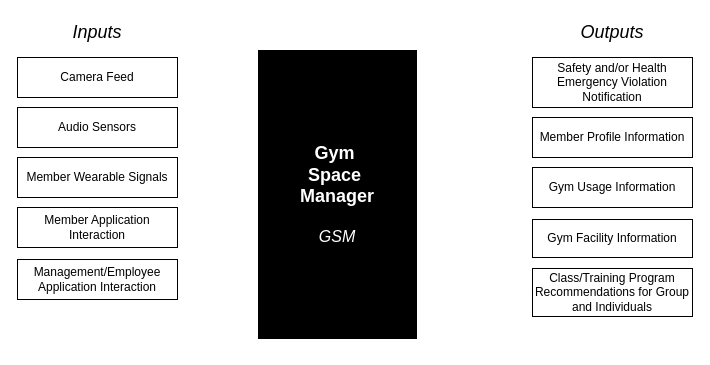
This is documentation/rdd/black-box.drawio from rlutz1/CS460-Project-2, a draw.io file, before an edit. Source tidied: cells renumbered, new cells numbered last; positions are measured from the earlier drawing's top-left corner, leaving out a move shared by most shapes. Both pictures are drawn from the tidied source at 100%, with x=0, y=0 at pixel (17, 17).
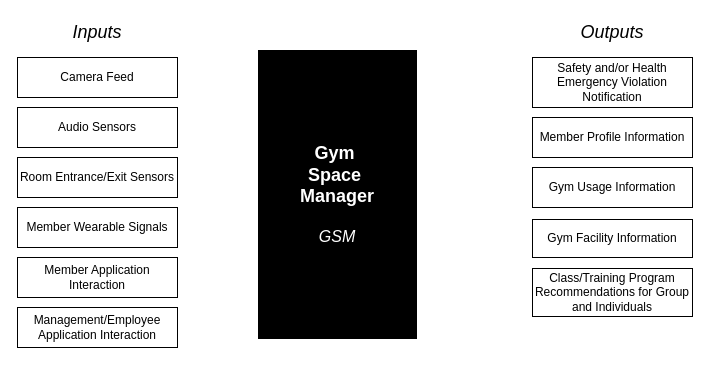
Above is the later version.

Diff of the diagram source:
```diff
@@
 <mxGraphModel>
   <root>
     <mxCell id="0" />
     <mxCell id="1" parent="0" />
     <mxCell id="2" value="&lt;div&gt;&lt;font style=&quot;font-size: 18px; color: rgb(255, 255, 255);&quot;&gt;&lt;b&gt;Gym&amp;nbsp;&lt;/b&gt;&lt;/font&gt;&lt;/div&gt;&lt;div&gt;&lt;font style=&quot;font-size: 18px; color: rgb(255, 255, 255);&quot;&gt;&lt;b&gt;Space&amp;nbsp;&lt;/b&gt;&lt;/font&gt;&lt;/div&gt;&lt;div&gt;&lt;font style=&quot;font-size: 18px; color: rgb(255, 255, 255);&quot;&gt;&lt;b&gt;Manager&lt;/b&gt;&lt;/font&gt;&lt;/div&gt;&lt;div&gt;&lt;font size=&quot;3&quot; style=&quot;color: rgba(0, 0, 0, 0);&quot;&gt;&lt;br&gt;&lt;/font&gt;&lt;/div&gt;&lt;div&gt;&lt;font size=&quot;3&quot; style=&quot;color: rgb(255, 255, 255);&quot;&gt;&lt;i&gt;GSM&lt;/i&gt;&lt;/font&gt;&lt;/div&gt;" style="rounded=0;whiteSpace=wrap;html=1;strokeColor=#FFFFFF;fillColor=#000000;" parent="1" vertex="1">
       <mxGeometry x="240" y="32" width="160" height="290" as="geometry" />
     </mxCell>
     <mxCell id="3" value="&lt;font style=&quot;font-size: 18px;&quot;&gt;&lt;i&gt;Inputs&lt;/i&gt;&lt;/font&gt;" style="text;html=1;whiteSpace=wrap;strokeColor=none;fillColor=none;align=center;verticalAlign=middle;rounded=0;" parent="1" vertex="1">
       <mxGeometry x="45" width="70" height="30" as="geometry" />
     </mxCell>
     <mxCell id="4" value="&lt;font style=&quot;font-size: 18px;&quot;&gt;&lt;i&gt;Outputs&lt;/i&gt;&lt;/font&gt;" style="text;html=1;whiteSpace=wrap;strokeColor=none;fillColor=none;align=center;verticalAlign=middle;rounded=0;" parent="1" vertex="1">
       <mxGeometry x="560" width="70" height="30" as="geometry" />
     </mxCell>
     <mxCell id="5" value="Camera Feed" style="rounded=0;whiteSpace=wrap;html=1;" parent="1" vertex="1">
       <mxGeometry y="40" width="160" height="40" as="geometry" />
     </mxCell>
     <mxCell id="6" value="Member Wearable Signals" style="rounded=0;whiteSpace=wrap;html=1;" parent="1" vertex="1">
-      <mxGeometry y="140" width="160" height="40" as="geometry" />
+      <mxGeometry y="190" width="160" height="40" as="geometry" />
     </mxCell>
     <mxCell id="7" value="Management/Employee Application Interaction" style="rounded=0;whiteSpace=wrap;html=1;" parent="1" vertex="1">
-      <mxGeometry y="242" width="160" height="40" as="geometry" />
+      <mxGeometry y="290" width="160" height="40" as="geometry" />
     </mxCell>
     <mxCell id="8" value="Member Application Interaction" style="rounded=0;whiteSpace=wrap;html=1;" parent="1" vertex="1">
-      <mxGeometry y="190" width="160" height="40" as="geometry" />
+      <mxGeometry y="240" width="160" height="40" as="geometry" />
     </mxCell>
     <mxCell id="9" value="Audio Sensors" style="rounded=0;whiteSpace=wrap;html=1;" parent="1" vertex="1">
       <mxGeometry y="90" width="160" height="40" as="geometry" />
     </mxCell>
     <mxCell id="10" value="Safety and/or&amp;nbsp;Health Emergency&amp;nbsp;Violation Notification" style="rounded=0;whiteSpace=wrap;html=1;" parent="1" vertex="1">
       <mxGeometry x="515" y="40" width="160" height="50" as="geometry" />
     </mxCell>
     <mxCell id="11" value="Member Profile Information" style="rounded=0;whiteSpace=wrap;html=1;" parent="1" vertex="1">
       <mxGeometry x="515" y="100" width="160" height="40" as="geometry" />
     </mxCell>
     <mxCell id="12" value="Gym Usage Information" style="rounded=0;whiteSpace=wrap;html=1;" parent="1" vertex="1">
       <mxGeometry x="515" y="150" width="160" height="40" as="geometry" />
     </mxCell>
     <mxCell id="13" value="Class/Training Program Recommendations for Group and Individuals" style="rounded=0;whiteSpace=wrap;html=1;" parent="1" vertex="1">
       <mxGeometry x="515" y="251" width="160" height="48" as="geometry" />
     </mxCell>
     <mxCell id="14" value="Gym Facility Information" style="rounded=0;whiteSpace=wrap;html=1;" parent="1" vertex="1">
       <mxGeometry x="515" y="202" width="160" height="38" as="geometry" />
     </mxCell>
+    <mxCell id="15" value="Room Entrance/Exit Sensors" style="rounded=0;whiteSpace=wrap;html=1;" parent="1" vertex="1">
+      <mxGeometry y="140" width="160" height="40" as="geometry" />
+    </mxCell>
   </root>
 </mxGraphModel>
```
